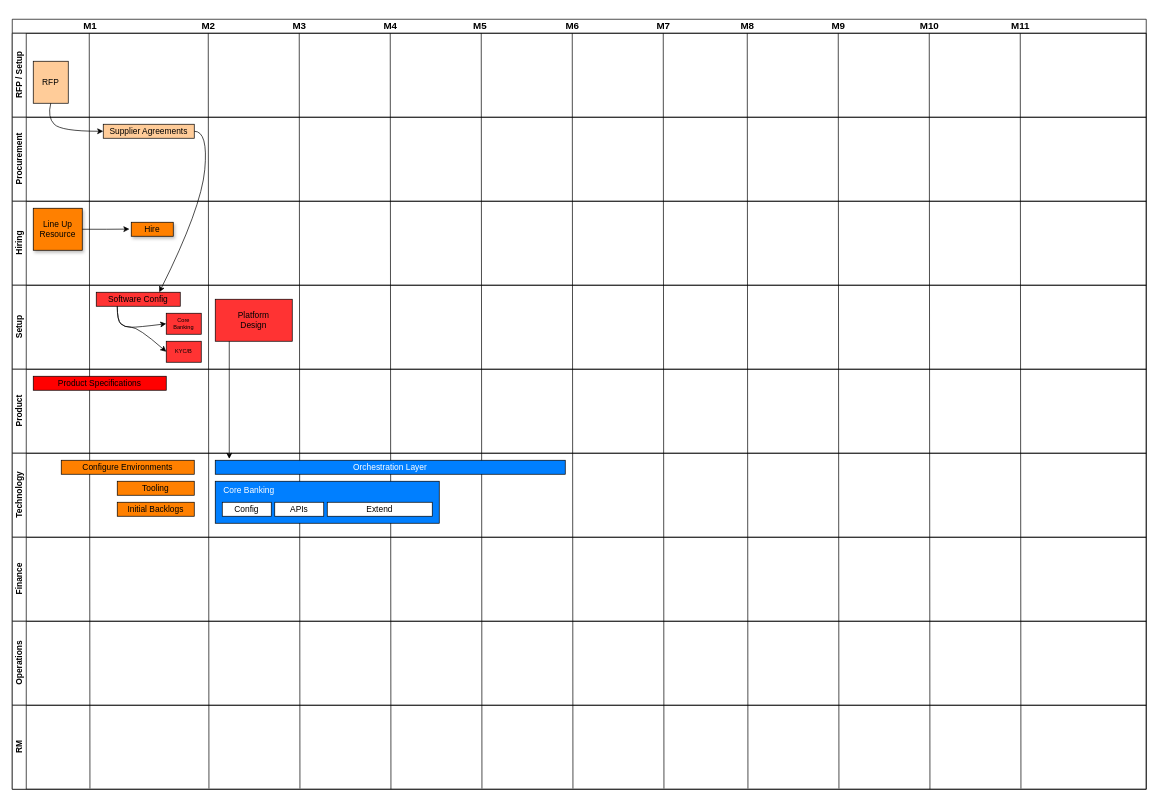
Before: fineract-doc/src/docs/en/diagrams/Untitled Diagram.drawio in angus-gow/fineract, a draw.io diagram. Source tidied: cells renumbered, new cells numbered last; positions are measured from the earlier drawing's top-left corner, leaving out a move shared by most shapes. Both pictures are drawn from the tidied source at 70%, with x=0, y=0 at pixel (12, 12).
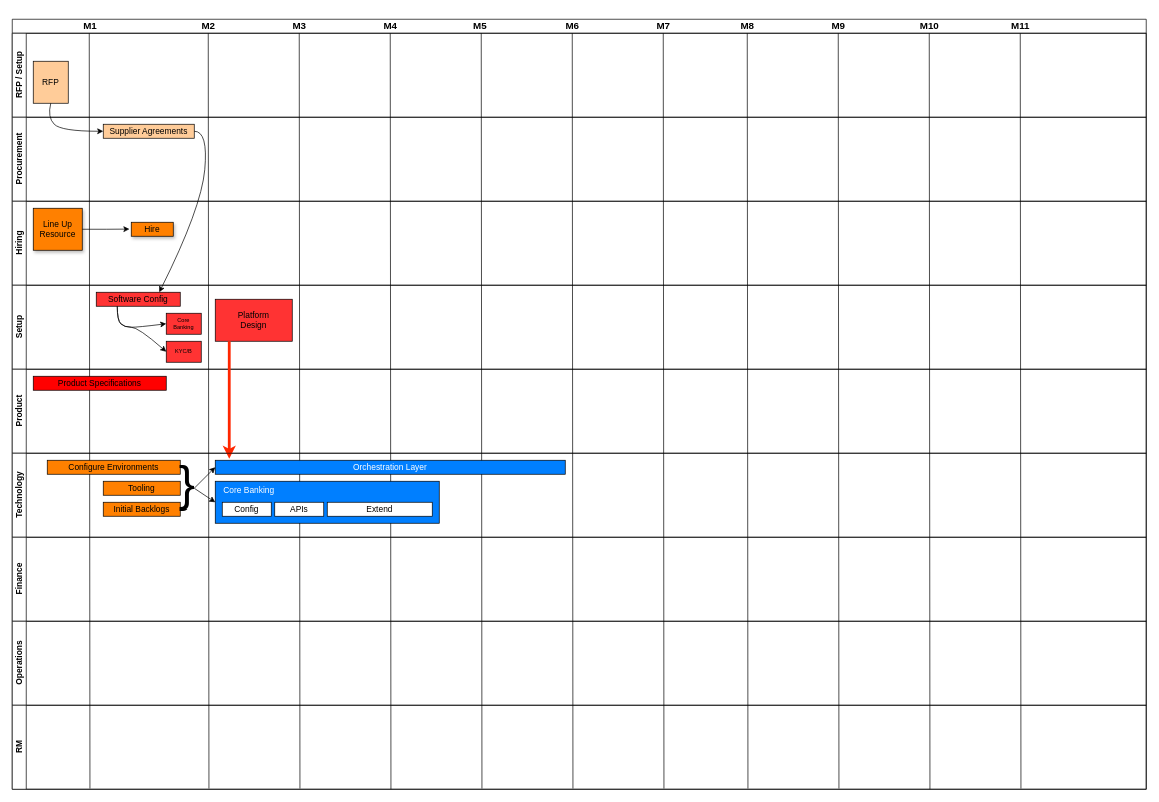
Above is the later version.

Unchanged cells that the change refers to:
```xml
<mxCell id="32" value="Product" style="swimlane;startSize=20;horizontal=0;html=1;" parent="2" vertex="1">
  <mxGeometry y="500" width="1620" height="120" as="geometry" />
</mxCell>
<mxCell id="35" value="Technology" style="swimlane;startSize=20;horizontal=0;html=1;" parent="2" vertex="1">
  <mxGeometry y="620" width="1620" height="120" as="geometry" />
</mxCell>
<mxCell id="39" value="Orchestration Layer" style="rounded=0;whiteSpace=wrap;html=1;fillColor=#007FFF;fontColor=light-dark(#ffffff, #ededed);" parent="35" vertex="1">
  <mxGeometry x="290" y="10" width="500" height="20" as="geometry" />
</mxCell>
<mxCell id="40" value="&amp;nbsp; &amp;nbsp;Core Banking" style="rounded=0;whiteSpace=wrap;html=1;fillColor=#007FFF;fontColor=light-dark(#ffffff, #ededed);align=left;verticalAlign=top;" parent="35" vertex="1">
  <mxGeometry x="290" y="40" width="320" height="60" as="geometry" />
</mxCell>
```

What changed in the source:
```diff
@@
-    <mxCell id="34" style="endArrow=classic;html=1;rounded=0;exitX=0.5;exitY=1;exitDx=0;exitDy=0;entryX=0.11;entryY=-0.1;entryDx=0;entryDy=0;entryPerimeter=0;" parent="32" edge="1">
+    <mxCell id="34" style="endArrow=classic;html=1;rounded=0;exitX=0.5;exitY=1;exitDx=0;exitDy=0;entryX=0.11;entryY=-0.1;entryDx=0;entryDy=0;entryPerimeter=0;fontSize=15;strokeWidth=4;strokeColor=light-dark(#ff2600, #ededed);" parent="32" edge="1">
       <mxGeometry relative="1" as="geometry">
         <mxPoint x="310" y="-40" as="sourcePoint" />
         <mxPoint x="310" y="128" as="targetPoint" />
       </mxGeometry>
     </mxCell>
@@
     <mxCell id="36" value="Configure Environments" style="rounded=0;whiteSpace=wrap;html=1;fillColor=#FF8000;" parent="35" vertex="1">
-      <mxGeometry x="70" y="10" width="190" height="20" as="geometry" />
+      <mxGeometry x="50" y="10" width="190" height="20" as="geometry" />
     </mxCell>
     <mxCell id="37" value="Tooling" style="rounded=0;whiteSpace=wrap;html=1;fillColor=#FF8000;" parent="35" vertex="1">
-      <mxGeometry x="150" y="40" width="110" height="20" as="geometry" />
+      <mxGeometry x="130" y="40" width="110" height="20" as="geometry" />
     </mxCell>
     <mxCell id="38" value="Initial Backlogs" style="rounded=0;whiteSpace=wrap;html=1;fillColor=#FF8000;" parent="35" vertex="1">
-      <mxGeometry x="150" y="70" width="110" height="20" as="geometry" />
+      <mxGeometry x="130" y="70" width="110" height="20" as="geometry" />
     </mxCell>
@@
+    <mxCell id="57" value="}" style="text;html=1;align=center;verticalAlign=middle;whiteSpace=wrap;rounded=0;fontSize=69;" parent="35" vertex="1">
+      <mxGeometry x="220" y="30" width="60" height="30" as="geometry" />
+    </mxCell>
+    <mxCell id="58" style="endArrow=classic;html=1;rounded=0;exitX=0.667;exitY=0.667;exitDx=0;exitDy=0;entryX=0;entryY=0.5;entryDx=0;entryDy=0;exitPerimeter=0;" parent="35" edge="1" source="57" target="40">
+      <mxGeometry relative="1" as="geometry" />
+    </mxCell>
@@
+    <mxCell id="59" style="endArrow=classic;html=1;rounded=0;entryX=0;entryY=0.5;entryDx=0;entryDy=0;" parent="1" edge="1" target="39">
+      <mxGeometry relative="1" as="geometry">
+        <mxPoint x="260" y="680" as="sourcePoint" />
+      </mxGeometry>
+    </mxCell>
```
